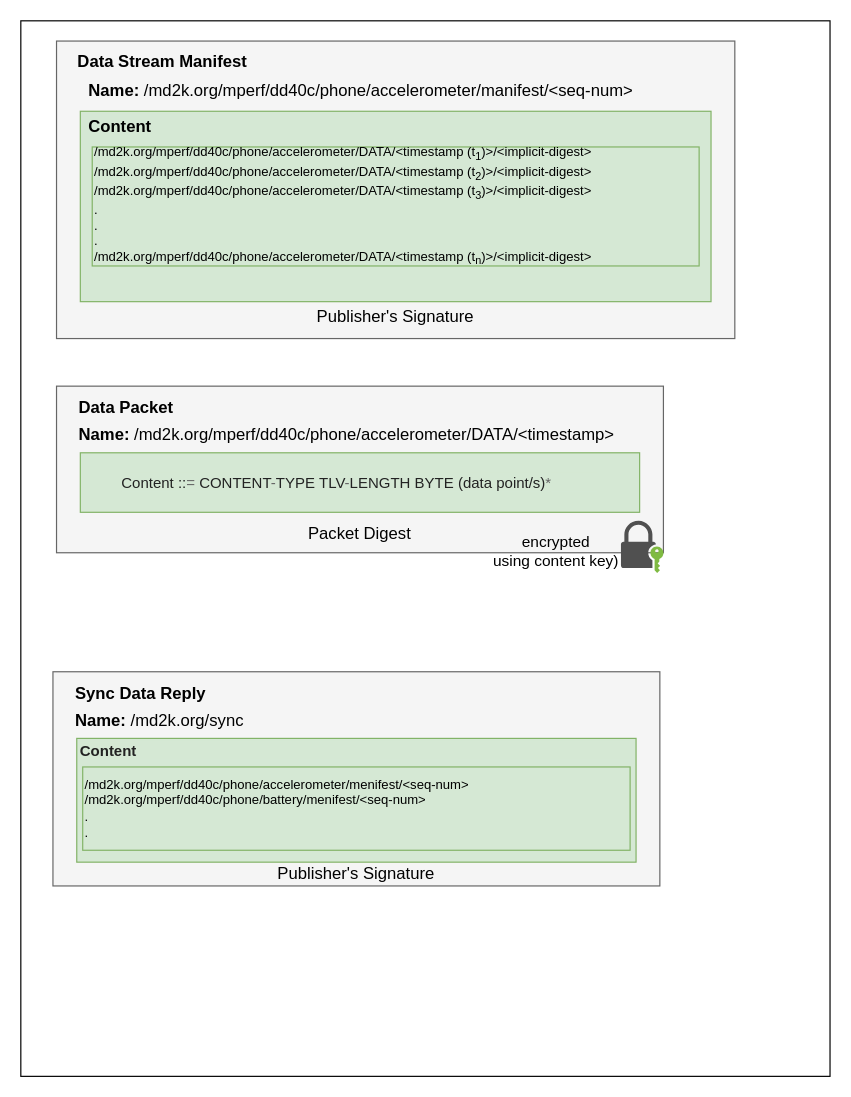
Above: page "misc" (3 of 4) of docs/mGuard .drawio in dulalsaurab/new-mguard (draw.io), before the change. Source tidied: cells renumbered, new cells numbered last; positions are measured from the earlier drawing's top-left corner, leaving out a move shared by most shapes. Both pictures are drawn from the tidied source at 119%, with x=0, y=0 at pixel (20, 20).
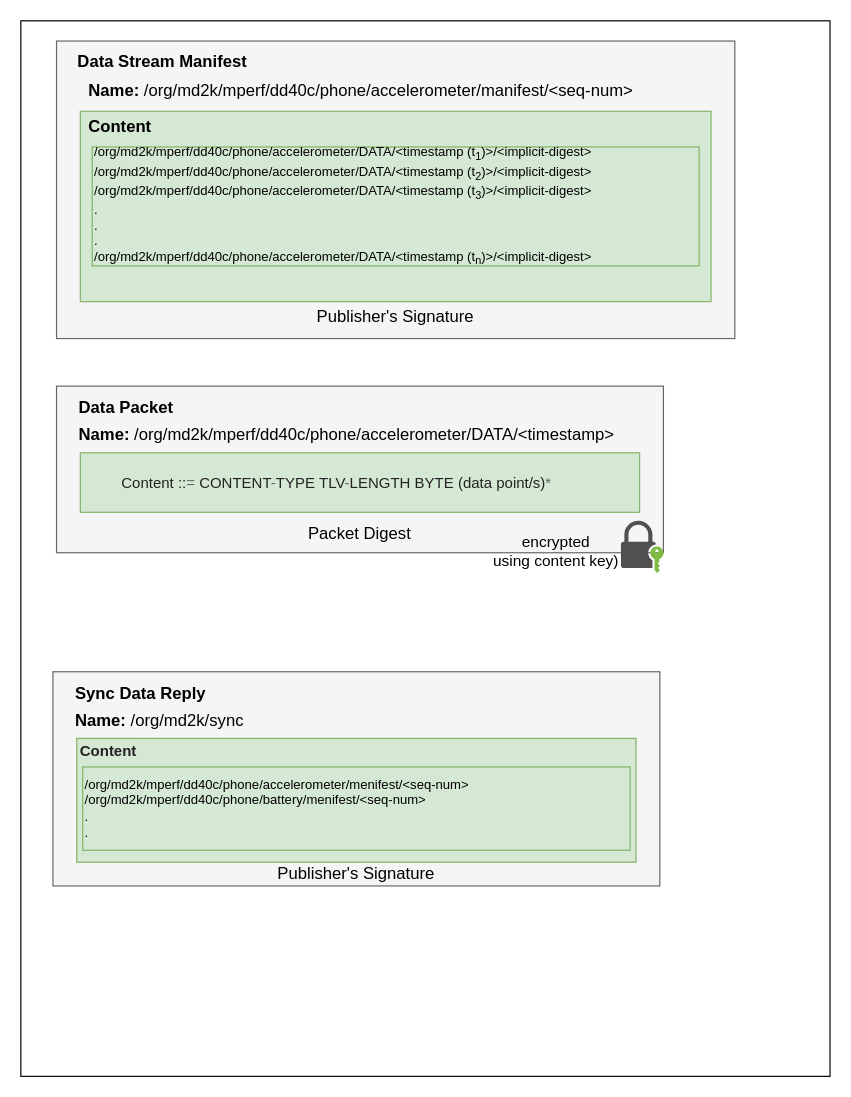
The same diagram, later.

The edit, as a diff of the source:
```diff
@@
-    <mxCell id="4" value="&lt;div style=&quot;text-align: left&quot;&gt;&lt;/div&gt;&lt;b&gt;Name:&lt;/b&gt; /md2k.org/mperf/dd40c/phone/accelerometer/manifest/&amp;lt;seq-num&amp;gt;" style="text;html=1;strokeColor=none;fillColor=none;align=center;verticalAlign=middle;whiteSpace=wrap;rounded=0;fontStyle=0;fontSize=14;" parent="1" vertex="1">
+    <mxCell id="4" value="&lt;div style=&quot;text-align: left&quot;&gt;&lt;/div&gt;&lt;b&gt;Name:&lt;/b&gt;&amp;nbsp;/org/md2k/mperf/dd40c/phone/accelerometer/manifest/&amp;lt;seq-num&amp;gt;" style="text;html=1;strokeColor=none;fillColor=none;align=center;verticalAlign=middle;whiteSpace=wrap;rounded=0;fontStyle=0;fontSize=14;" parent="1" vertex="1">
       <mxGeometry x="41" y="44" width="490" height="30" as="geometry" />
     </mxCell>
@@
-    <mxCell id="6" value="/md2k.org/mperf/dd40c/phone/accelerometer/DATA/&amp;lt;timestamp (t&lt;sub&gt;1&lt;/sub&gt;)&amp;gt;/&amp;lt;implicit-digest&amp;gt;&lt;br&gt;/md2k.org/mperf/dd40c/phone/accelerometer/DATA/&amp;lt;timestamp (t&lt;sub&gt;2&lt;/sub&gt;)&amp;gt;/&amp;lt;implicit-digest&amp;gt;&lt;br&gt;/md2k.org/mperf/dd40c/phone/accelerometer/DATA/&amp;lt;timestamp (t&lt;sub&gt;3&lt;/sub&gt;)&amp;gt;/&amp;lt;implicit-digest&amp;gt;&lt;br&gt;.&lt;br&gt;.&lt;br&gt;.&lt;br&gt;/md2k.org/mperf/dd40c/phone/accelerometer/DATA/&amp;lt;timestamp (t&lt;sub&gt;n&lt;/sub&gt;)&amp;gt;/&amp;lt;implicit-digest&amp;gt;" style="text;html=1;strokeColor=#82b366;fillColor=#d5e8d4;align=left;verticalAlign=middle;whiteSpace=wrap;rounded=0;fontStyle=0;fontSize=11;" parent="1" vertex="1">
+    <mxCell id="6" value="/org/md2k/mperf/dd40c/phone/accelerometer/DATA/&amp;lt;timestamp (t&lt;sub&gt;1&lt;/sub&gt;)&amp;gt;/&amp;lt;implicit-digest&amp;gt;&lt;br&gt;/org/md2k/mperf/dd40c/phone/accelerometer/DATA/&amp;lt;timestamp (t&lt;sub&gt;2&lt;/sub&gt;)&amp;gt;/&amp;lt;implicit-digest&amp;gt;&lt;br&gt;/org/md2k/mperf/dd40c/phone/accelerometer/DATA/&amp;lt;timestamp (t&lt;sub&gt;3&lt;/sub&gt;)&amp;gt;/&amp;lt;implicit-digest&amp;gt;&lt;br&gt;.&lt;br&gt;.&lt;br&gt;.&lt;br&gt;/org/md2k/mperf/dd40c/phone/accelerometer/DATA/&amp;lt;timestamp (t&lt;sub&gt;n&lt;/sub&gt;)&amp;gt;/&amp;lt;implicit-digest&amp;gt;" style="text;html=1;strokeColor=#82b366;fillColor=#d5e8d4;align=left;verticalAlign=middle;whiteSpace=wrap;rounded=0;fontStyle=0;fontSize=11;" parent="1" vertex="1">
       <mxGeometry x="60" y="106" width="510" height="100" as="geometry" />
     </mxCell>
@@
-    <mxCell id="10" value="&lt;div&gt;&lt;/div&gt;&lt;b&gt;Name:&lt;/b&gt; /md2k.org/mperf/dd40c/phone/accelerometer/DATA/&amp;lt;timestamp&amp;gt;" style="text;html=1;strokeColor=none;fillColor=none;align=left;verticalAlign=middle;whiteSpace=wrap;rounded=0;fontStyle=0;fontSize=14;" parent="1" vertex="1">
+    <mxCell id="10" value="&lt;div&gt;&lt;/div&gt;&lt;b&gt;Name:&lt;/b&gt;&amp;nbsp;/org/md2k/mperf/dd40c/phone/accelerometer/DATA/&amp;lt;timestamp&amp;gt;" style="text;html=1;strokeColor=none;fillColor=none;align=left;verticalAlign=middle;whiteSpace=wrap;rounded=0;fontStyle=0;fontSize=14;" parent="1" vertex="1">
       <mxGeometry x="47" y="333" width="490" height="30" as="geometry" />
     </mxCell>
@@
-    <mxCell id="17" value="&lt;div&gt;&lt;/div&gt;&lt;b&gt;Name:&lt;/b&gt; /md2k.org/sync" style="text;html=1;strokeColor=none;fillColor=none;align=left;verticalAlign=middle;whiteSpace=wrap;rounded=0;fontStyle=0;fontSize=14;" parent="1" vertex="1">
+    <mxCell id="17" value="&lt;div&gt;&lt;/div&gt;&lt;b&gt;Name:&lt;/b&gt;&amp;nbsp;/org/md2k/sync" style="text;html=1;strokeColor=none;fillColor=none;align=left;verticalAlign=middle;whiteSpace=wrap;rounded=0;fontStyle=0;fontSize=14;" parent="1" vertex="1">
       <mxGeometry x="44" y="573" width="490" height="30" as="geometry" />
     </mxCell>
@@
-    <mxCell id="21" value="/md2k.org/mperf/dd40c/phone/accelerometer/menifest/&amp;lt;seq-num&amp;gt;&lt;br&gt;/md2k.org/mperf/dd40c/phone/battery/menifest/&amp;lt;seq-num&amp;gt;&lt;br&gt;.&lt;br&gt;." style="text;html=1;strokeColor=#82b366;fillColor=#d5e8d4;align=left;verticalAlign=middle;whiteSpace=wrap;rounded=0;fontStyle=0;fontSize=11;" parent="1" vertex="1">
+    <mxCell id="21" value="/org/md2k/mperf/dd40c/phone/accelerometer/menifest/&amp;lt;seq-num&amp;gt;&lt;br&gt;/org/md2k/mperf/dd40c/phone/battery/menifest/&amp;lt;seq-num&amp;gt;&lt;br&gt;.&lt;br&gt;." style="text;html=1;strokeColor=#82b366;fillColor=#d5e8d4;align=left;verticalAlign=middle;whiteSpace=wrap;rounded=0;fontStyle=0;fontSize=11;" parent="1" vertex="1">
       <mxGeometry x="52" y="627" width="460" height="70" as="geometry" />
     </mxCell>
```
